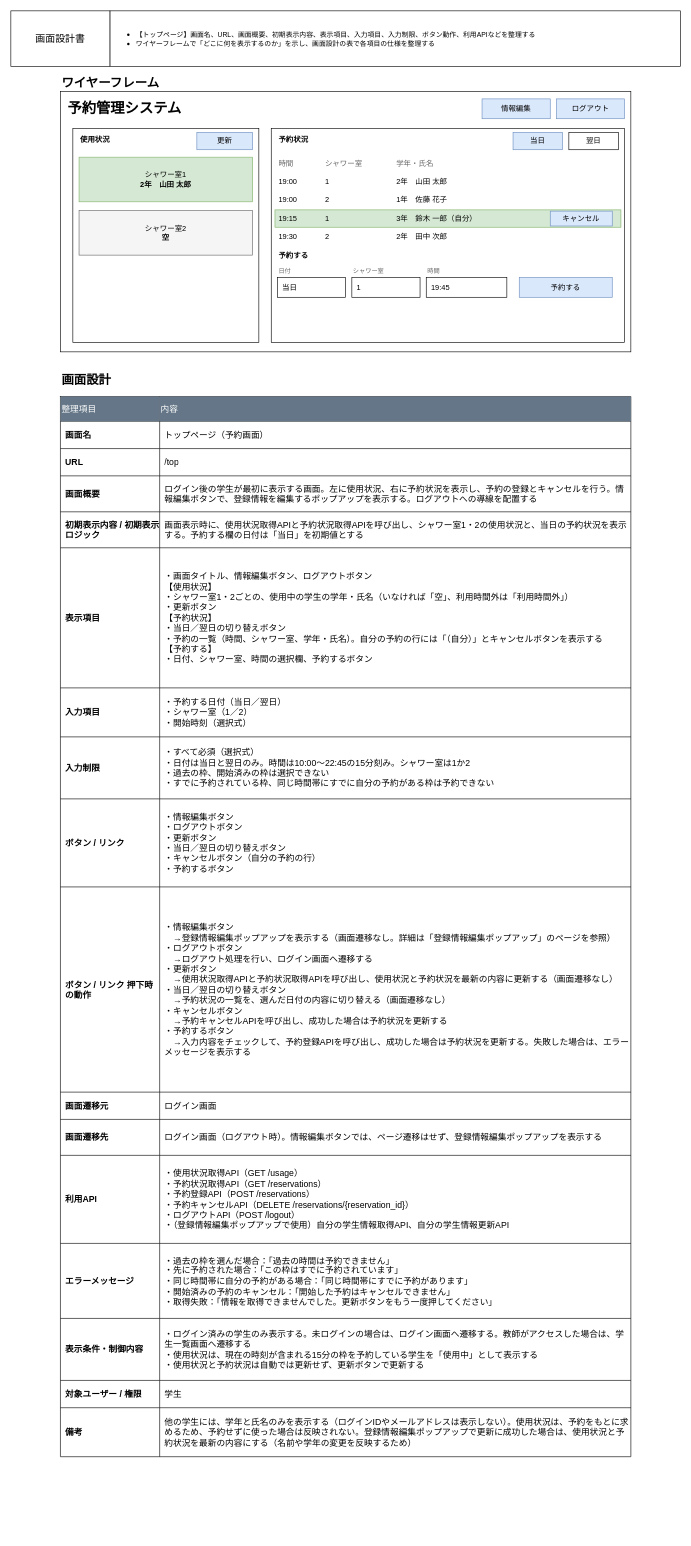
Before: page "画面設計書" (4 of 4) of docs/基本設計.drawio in yuhihamada0703/shower-reservation, a draw.io diagram. Source tidied: cells renumbered, new cells numbered last; positions are measured from the earlier drawing's top-left corner, leaving out a move shared by most shapes. Both pictures are drawn from the tidied source at 62%, with x=0, y=0 at pixel (11, 11).
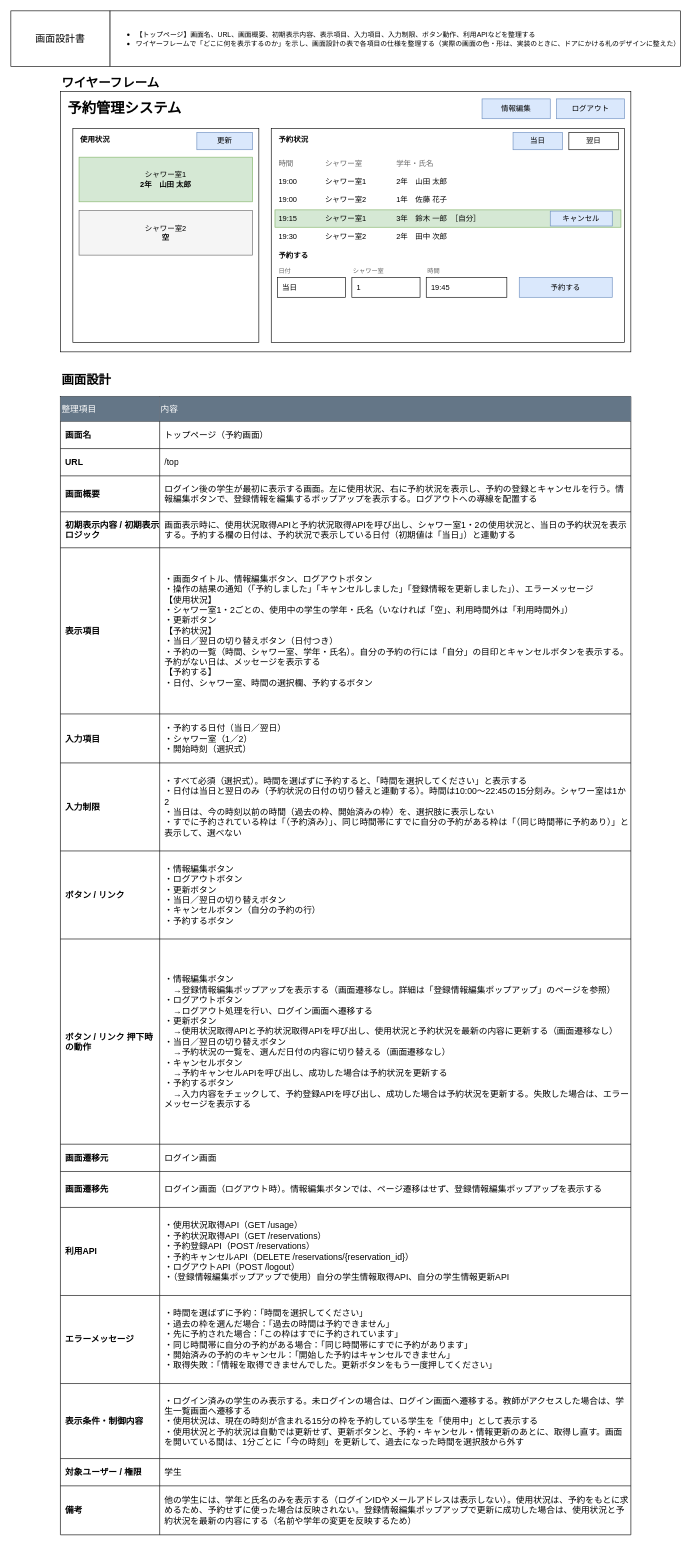
After the change.

Unchanged cells that the change refers to:
```xml
<mxCell id="57" style="shape=tableRow;horizontal=0;startSize=0;swimlaneHead=0;swimlaneBody=0;strokeColor=inherit;top=0;left=0;bottom=0;right=0;fillColor=none;fontSize=14;" parent="44" vertex="1">
  <mxGeometry y="186" width="920" height="58" as="geometry" />
</mxCell>
```

Change to the diagram source:
```diff
@@
-    <mxCell id="3" value="&lt;ul&gt;&lt;li&gt;&lt;font style=&quot;font-size: 11px;&quot;&gt;【トップページ】画面名、URL、画面概要、初期表示内容、表示項目、入力項目、入力制限、ボタン動作、利用APIなどを整理する&lt;/font&gt;&lt;/li&gt;&lt;li&gt;&lt;font style=&quot;font-size: 11px;&quot;&gt;ワイヤーフレームで「どこに何を表示するのか」を示し、画面設計の表で各項目の仕様を整理する&lt;/font&gt;&lt;/li&gt;&lt;/ul&gt;" style="whiteSpace=wrap;html=1;align=left;" parent="1" vertex="1">
+    <mxCell id="3" value="&lt;ul&gt;&lt;li&gt;&lt;font style=&quot;font-size: 11px;&quot;&gt;【トップページ】画面名、URL、画面概要、初期表示内容、表示項目、入力項目、入力制限、ボタン動作、利用APIなどを整理する&lt;/font&gt;&lt;/li&gt;&lt;li&gt;&lt;font style=&quot;font-size: 11px;&quot;&gt;ワイヤーフレームで「どこに何を表示するのか」を示し、画面設計の表で各項目の仕様を整理する（実際の画面の色・形は、実装のときに、ドアにかける札のデザインに整えた）&lt;/font&gt;&lt;/li&gt;&lt;/ul&gt;" style="whiteSpace=wrap;html=1;align=left;" parent="1" vertex="1">
       <mxGeometry x="160" width="920" height="90" as="geometry" />
     </mxCell>
@@
-    <mxCell id="23" value="1" style="text;html=1;whiteSpace=wrap;strokeColor=none;fillColor=none;align=left;verticalAlign=middle;rounded=0;" parent="1" vertex="1">
+    <mxCell id="23" value="シャワー室1" style="text;html=1;whiteSpace=wrap;strokeColor=none;fillColor=none;align=left;verticalAlign=middle;rounded=0;" parent="1" vertex="1">
       <mxGeometry x="505" y="262" width="80" height="26" as="geometry" />
     </mxCell>
@@
-    <mxCell id="26" value="2" style="text;html=1;whiteSpace=wrap;strokeColor=none;fillColor=none;align=left;verticalAlign=middle;rounded=0;" parent="1" vertex="1">
+    <mxCell id="26" value="シャワー室2" style="text;html=1;whiteSpace=wrap;strokeColor=none;fillColor=none;align=left;verticalAlign=middle;rounded=0;" parent="1" vertex="1">
       <mxGeometry x="505" y="292" width="80" height="26" as="geometry" />
     </mxCell>
@@
-    <mxCell id="30" value="1" style="text;html=1;whiteSpace=wrap;strokeColor=none;fillColor=none;align=left;verticalAlign=middle;rounded=0;" parent="1" vertex="1">
+    <mxCell id="30" value="シャワー室1" style="text;html=1;whiteSpace=wrap;strokeColor=none;fillColor=none;align=left;verticalAlign=middle;rounded=0;" parent="1" vertex="1">
       <mxGeometry x="505" y="322" width="80" height="26" as="geometry" />
     </mxCell>
-    <mxCell id="31" value="3年　鈴木 一郎（自分）" style="text;html=1;whiteSpace=wrap;strokeColor=none;fillColor=none;align=left;verticalAlign=middle;rounded=0;" parent="1" vertex="1">
+    <mxCell id="31" value="3年　鈴木 一郎　［自分］" style="text;html=1;whiteSpace=wrap;strokeColor=none;fillColor=none;align=left;verticalAlign=middle;rounded=0;" parent="1" vertex="1">
       <mxGeometry x="620" y="322" width="230" height="26" as="geometry" />
     </mxCell>
@@
-    <mxCell id="34" value="2" style="text;html=1;whiteSpace=wrap;strokeColor=none;fillColor=none;align=left;verticalAlign=middle;rounded=0;" parent="1" vertex="1">
+    <mxCell id="34" value="シャワー室2" style="text;html=1;whiteSpace=wrap;strokeColor=none;fillColor=none;align=left;verticalAlign=middle;rounded=0;" parent="1" vertex="1">
       <mxGeometry x="505" y="352" width="80" height="26" as="geometry" />
     </mxCell>
@@
     <mxCell id="44" style="shape=table;startSize=0;childLayout=tableLayout;fontSize=14;" parent="1" vertex="1">
-      <mxGeometry x="80" y="622" width="920" height="1710" as="geometry" />
+      <mxGeometry x="80" y="622" width="920" height="1836" as="geometry" />
     </mxCell>
@@
-    <mxCell id="59" value="画面表示時に、使用状況取得APIと予約状況取得APIを呼び出し、シャワー室1・2の使用状況と、当日の予約状況を表示する。予約する欄の日付は「当日」を初期値とする" style="shape=partialRectangle;html=1;whiteSpace=wrap;strokeColor=inherit;overflow=hidden;fillColor=none;top=0;left=0;bottom=0;right=0;fontSize=14;align=left;verticalAlign=middle;spacingLeft=6;" parent="57" vertex="1">
+    <mxCell id="59" value="画面表示時に、使用状況取得APIと予約状況取得APIを呼び出し、シャワー室1・2の使用状況と、当日の予約状況を表示する。予約する欄の日付は、予約状況で表示している日付（初期値は「当日」）と連動する" style="shape=partialRectangle;html=1;whiteSpace=wrap;strokeColor=inherit;overflow=hidden;fillColor=none;top=0;left=0;bottom=0;right=0;fontSize=14;align=left;verticalAlign=middle;spacingLeft=6;" parent="57" vertex="1">
       <mxGeometry x="160" width="760" height="58" as="geometry" />
     </mxCell>
     <mxCell id="60" style="shape=tableRow;horizontal=0;startSize=0;swimlaneHead=0;swimlaneBody=0;strokeColor=inherit;top=0;left=0;bottom=0;right=0;fillColor=none;fontSize=14;" parent="44" vertex="1">
-      <mxGeometry y="244" width="920" height="226" as="geometry" />
+      <mxGeometry y="244" width="920" height="268" as="geometry" />
     </mxCell>
     <mxCell id="61" value="表示項目" style="shape=partialRectangle;html=1;whiteSpace=wrap;strokeColor=inherit;overflow=hidden;fillColor=none;top=0;left=0;bottom=0;right=0;fontSize=14;align=left;verticalAlign=middle;spacingLeft=6;fontStyle=1;" parent="60" vertex="1">
-      <mxGeometry width="160" height="226" as="geometry" />
+      <mxGeometry width="160" height="268" as="geometry" />
     </mxCell>
-    <mxCell id="62" value="・画面タイトル、情報編集ボタン、ログアウトボタン&lt;br&gt;【使用状況】&lt;br&gt;・シャワー室1・2ごとの、使用中の学生の学年・氏名（いなければ「空」、利用時間外は「利用時間外」）&lt;br&gt;・更新ボタン&lt;br&gt;【予約状況】&lt;br&gt;・当日／翌日の切り替えボタン&lt;br&gt;・予約の一覧（時間、シャワー室、学年・氏名）。自分の予約の行には「（自分）」とキャンセルボタンを表示する&lt;br&gt;【予約する】&lt;br&gt;・日付、シャワー室、時間の選択欄、予約するボタン" style="shape=partialRectangle;html=1;whiteSpace=wrap;strokeColor=inherit;overflow=hidden;fillColor=none;top=0;left=0;bottom=0;right=0;fontSize=14;align=left;verticalAlign=middle;spacingLeft=6;" parent="60" vertex="1">
-      <mxGeometry x="160" width="760" height="226" as="geometry" />
+    <mxCell id="62" value="・画面タイトル、情報編集ボタン、ログアウトボタン&lt;br&gt;・操作の結果の通知（「予約しました」「キャンセルしました」「登録情報を更新しました」）、エラーメッセージ&lt;br&gt;【使用状況】&lt;br&gt;・シャワー室1・2ごとの、使用中の学生の学年・氏名（いなければ「空」、利用時間外は「利用時間外」）&lt;br&gt;・更新ボタン&lt;br&gt;【予約状況】&lt;br&gt;・当日／翌日の切り替えボタン（日付つき）&lt;br&gt;・予約の一覧（時間、シャワー室、学年・氏名）。自分の予約の行には「自分」の目印とキャンセルボタンを表示する。予約がない日は、メッセージを表示する&lt;br&gt;【予約する】&lt;br&gt;・日付、シャワー室、時間の選択欄、予約するボタン" style="shape=partialRectangle;html=1;whiteSpace=wrap;strokeColor=inherit;overflow=hidden;fillColor=none;top=0;left=0;bottom=0;right=0;fontSize=14;align=left;verticalAlign=middle;spacingLeft=6;" parent="60" vertex="1">
+      <mxGeometry x="160" width="760" height="268" as="geometry" />
     </mxCell>
     <mxCell id="63" style="shape=tableRow;horizontal=0;startSize=0;swimlaneHead=0;swimlaneBody=0;strokeColor=inherit;top=0;left=0;bottom=0;right=0;fillColor=none;fontSize=14;" parent="44" vertex="1">
-      <mxGeometry y="470" width="920" height="79" as="geometry" />
+      <mxGeometry y="512" width="920" height="79" as="geometry" />
     </mxCell>
@@
     <mxCell id="66" style="shape=tableRow;horizontal=0;startSize=0;swimlaneHead=0;swimlaneBody=0;strokeColor=inherit;top=0;left=0;bottom=0;right=0;fillColor=none;fontSize=14;" parent="44" vertex="1">
-      <mxGeometry y="549" width="920" height="100" as="geometry" />
+      <mxGeometry y="591" width="920" height="142" as="geometry" />
     </mxCell>
     <mxCell id="67" value="入力制限" style="shape=partialRectangle;html=1;whiteSpace=wrap;strokeColor=inherit;overflow=hidden;fillColor=none;top=0;left=0;bottom=0;right=0;fontSize=14;align=left;verticalAlign=middle;spacingLeft=6;fontStyle=1;" parent="66" vertex="1">
-      <mxGeometry width="160" height="100" as="geometry" />
+      <mxGeometry width="160" height="142" as="geometry" />
     </mxCell>
-    <mxCell id="68" value="・すべて必須（選択式）&lt;br&gt;・日付は当日と翌日のみ。時間は10:00〜22:45の15分刻み。シャワー室は1か2&lt;br&gt;・過去の枠、開始済みの枠は選択できない&lt;br&gt;・すでに予約されている枠、同じ時間帯にすでに自分の予約がある枠は予約できない" style="shape=partialRectangle;html=1;whiteSpace=wrap;strokeColor=inherit;overflow=hidden;fillColor=none;top=0;left=0;bottom=0;right=0;fontSize=14;align=left;verticalAlign=middle;spacingLeft=6;" parent="66" vertex="1">
-      <mxGeometry x="160" width="760" height="100" as="geometry" />
+    <mxCell id="68" value="・すべて必須（選択式）。時間を選ばずに予約すると、「時間を選択してください」と表示する&lt;br&gt;・日付は当日と翌日のみ（予約状況の日付の切り替えと連動する）。時間は10:00〜22:45の15分刻み。シャワー室は1か2&lt;br&gt;・当日は、今の時刻以前の時間（過去の枠、開始済みの枠）を、選択肢に表示しない&lt;br&gt;・すでに予約されている枠は「（予約済み）」、同じ時間帯にすでに自分の予約がある枠は「（同じ時間帯に予約あり）」と表示して、選べない" style="shape=partialRectangle;html=1;whiteSpace=wrap;strokeColor=inherit;overflow=hidden;fillColor=none;top=0;left=0;bottom=0;right=0;fontSize=14;align=left;verticalAlign=middle;spacingLeft=6;" parent="66" vertex="1">
+      <mxGeometry x="160" width="760" height="142" as="geometry" />
     </mxCell>
     <mxCell id="69" style="shape=tableRow;horizontal=0;startSize=0;swimlaneHead=0;swimlaneBody=0;strokeColor=inherit;top=0;left=0;bottom=0;right=0;fillColor=none;fontSize=14;" parent="44" vertex="1">
-      <mxGeometry y="649" width="920" height="142" as="geometry" />
+      <mxGeometry y="733" width="920" height="142" as="geometry" />
     </mxCell>
@@
     <mxCell id="72" style="shape=tableRow;horizontal=0;startSize=0;swimlaneHead=0;swimlaneBody=0;strokeColor=inherit;top=0;left=0;bottom=0;right=0;fillColor=none;fontSize=14;" parent="44" vertex="1">
-      <mxGeometry y="791" width="920" height="331" as="geometry" />
+      <mxGeometry y="875" width="920" height="331" as="geometry" />
     </mxCell>
@@
     <mxCell id="75" style="shape=tableRow;horizontal=0;startSize=0;swimlaneHead=0;swimlaneBody=0;strokeColor=inherit;top=0;left=0;bottom=0;right=0;fillColor=none;fontSize=14;" parent="44" vertex="1">
-      <mxGeometry y="1122" width="920" height="44" as="geometry" />
+      <mxGeometry y="1206" width="920" height="44" as="geometry" />
     </mxCell>
@@
     <mxCell id="78" style="shape=tableRow;horizontal=0;startSize=0;swimlaneHead=0;swimlaneBody=0;strokeColor=inherit;top=0;left=0;bottom=0;right=0;fillColor=none;fontSize=14;" parent="44" vertex="1">
-      <mxGeometry y="1166" width="920" height="58" as="geometry" />
+      <mxGeometry y="1250" width="920" height="58" as="geometry" />
     </mxCell>
@@
     <mxCell id="81" style="shape=tableRow;horizontal=0;startSize=0;swimlaneHead=0;swimlaneBody=0;strokeColor=inherit;top=0;left=0;bottom=0;right=0;fillColor=none;fontSize=14;" parent="44" vertex="1">
-      <mxGeometry y="1224" width="920" height="142" as="geometry" />
+      <mxGeometry y="1308" width="920" height="142" as="geometry" />
     </mxCell>
@@
     <mxCell id="84" style="shape=tableRow;horizontal=0;startSize=0;swimlaneHead=0;swimlaneBody=0;strokeColor=inherit;top=0;left=0;bottom=0;right=0;fillColor=none;fontSize=14;" parent="44" vertex="1">
-      <mxGeometry y="1366" width="920" height="121" as="geometry" />
+      <mxGeometry y="1450" width="920" height="142" as="geometry" />
     </mxCell>
     <mxCell id="85" value="エラーメッセージ" style="shape=partialRectangle;html=1;whiteSpace=wrap;strokeColor=inherit;overflow=hidden;fillColor=none;top=0;left=0;bottom=0;right=0;fontSize=14;align=left;verticalAlign=middle;spacingLeft=6;fontStyle=1;" parent="84" vertex="1">
-      <mxGeometry width="160" height="121" as="geometry" />
+      <mxGeometry width="160" height="142" as="geometry" />
     </mxCell>
-    <mxCell id="86" value="・過去の枠を選んだ場合：「過去の時間は予約できません」&lt;br&gt;・先に予約された場合：「この枠はすでに予約されています」&lt;br&gt;・同じ時間帯に自分の予約がある場合：「同じ時間帯にすでに予約があります」&lt;br&gt;・開始済みの予約のキャンセル：「開始した予約はキャンセルできません」&lt;br&gt;・取得失敗：「情報を取得できませんでした。更新ボタンをもう一度押してください」" style="shape=partialRectangle;html=1;whiteSpace=wrap;strokeColor=inherit;overflow=hidden;fillColor=none;top=0;left=0;bottom=0;right=0;fontSize=14;align=left;verticalAlign=middle;spacingLeft=6;" parent="84" vertex="1">
-      <mxGeometry x="160" width="760" height="121" as="geometry" />
+    <mxCell id="86" value="・時間を選ばずに予約：「時間を選択してください」&lt;br&gt;・過去の枠を選んだ場合：「過去の時間は予約できません」&lt;br&gt;・先に予約された場合：「この枠はすでに予約されています」&lt;br&gt;・同じ時間帯に自分の予約がある場合：「同じ時間帯にすでに予約があります」&lt;br&gt;・開始済みの予約のキャンセル：「開始した予約はキャンセルできません」&lt;br&gt;・取得失敗：「情報を取得できませんでした。更新ボタンをもう一度押してください」" style="shape=partialRectangle;html=1;whiteSpace=wrap;strokeColor=inherit;overflow=hidden;fillColor=none;top=0;left=0;bottom=0;right=0;fontSize=14;align=left;verticalAlign=middle;spacingLeft=6;" parent="84" vertex="1">
+      <mxGeometry x="160" width="760" height="142" as="geometry" />
     </mxCell>
     <mxCell id="87" style="shape=tableRow;horizontal=0;startSize=0;swimlaneHead=0;swimlaneBody=0;strokeColor=inherit;top=0;left=0;bottom=0;right=0;fillColor=none;fontSize=14;" parent="44" vertex="1">
-      <mxGeometry y="1487" width="920" height="100" as="geometry" />
+      <mxGeometry y="1592" width="920" height="121" as="geometry" />
     </mxCell>
     <mxCell id="88" value="表示条件・制御内容" style="shape=partialRectangle;html=1;whiteSpace=wrap;strokeColor=inherit;overflow=hidden;fillColor=none;top=0;left=0;bottom=0;right=0;fontSize=14;align=left;verticalAlign=middle;spacingLeft=6;fontStyle=1;" parent="87" vertex="1">
-      <mxGeometry width="160" height="100" as="geometry" />
+      <mxGeometry width="160" height="121" as="geometry" />
     </mxCell>
-    <mxCell id="89" value="・ログイン済みの学生のみ表示する。未ログインの場合は、ログイン画面へ遷移する。教師がアクセスした場合は、学生一覧画面へ遷移する&lt;br&gt;・使用状況は、現在の時刻が含まれる15分の枠を予約している学生を「使用中」として表示する&lt;br&gt;・使用状況と予約状況は自動では更新せず、更新ボタンで更新する" style="shape=partialRectangle;html=1;whiteSpace=wrap;strokeColor=inherit;overflow=hidden;fillColor=none;top=0;left=0;bottom=0;right=0;fontSize=14;align=left;verticalAlign=middle;spacingLeft=6;" parent="87" vertex="1">
-      <mxGeometry x="160" width="760" height="100" as="geometry" />
+    <mxCell id="89" value="・ログイン済みの学生のみ表示する。未ログインの場合は、ログイン画面へ遷移する。教師がアクセスした場合は、学生一覧画面へ遷移する&lt;br&gt;・使用状況は、現在の時刻が含まれる15分の枠を予約している学生を「使用中」として表示する&lt;br&gt;・使用状況と予約状況は自動では更新せず、更新ボタンと、予約・キャンセル・情報更新のあとに、取得し直す。画面を開いている間は、1分ごとに「今の時刻」を更新して、過去になった時間を選択肢から外す" style="shape=partialRectangle;html=1;whiteSpace=wrap;strokeColor=inherit;overflow=hidden;fillColor=none;top=0;left=0;bottom=0;right=0;fontSize=14;align=left;verticalAlign=middle;spacingLeft=6;" parent="87" vertex="1">
+      <mxGeometry x="160" width="760" height="121" as="geometry" />
     </mxCell>
     <mxCell id="90" style="shape=tableRow;horizontal=0;startSize=0;swimlaneHead=0;swimlaneBody=0;strokeColor=inherit;top=0;left=0;bottom=0;right=0;fillColor=none;fontSize=14;" parent="44" vertex="1">
-      <mxGeometry y="1587" width="920" height="44" as="geometry" />
+      <mxGeometry y="1713" width="920" height="44" as="geometry" />
     </mxCell>
@@
     <mxCell id="93" style="shape=tableRow;horizontal=0;startSize=0;swimlaneHead=0;swimlaneBody=0;strokeColor=inherit;top=0;left=0;bottom=0;right=0;fillColor=none;fontSize=14;" parent="44" vertex="1">
-      <mxGeometry y="1631" width="920" height="79" as="geometry" />
+      <mxGeometry y="1757" width="920" height="79" as="geometry" />
     </mxCell>
```
